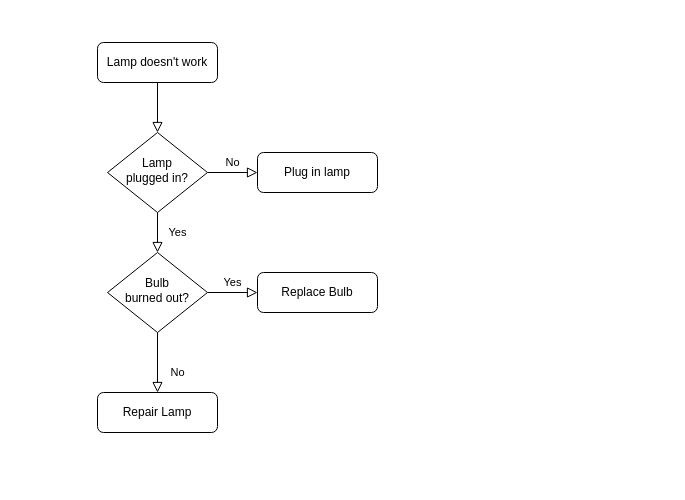
The draw.io diagram Diagramme sans nom.drawio in TangiLC/P7_PetitsPlats, before the edit. Source tidied: cells renumbered, new cells numbered last; positions are measured from the earlier drawing's top-left corner, leaving out a move shared by most shapes. Both pictures are drawn from the tidied source at 100%, with x=0, y=0 at pixel (97, 42).
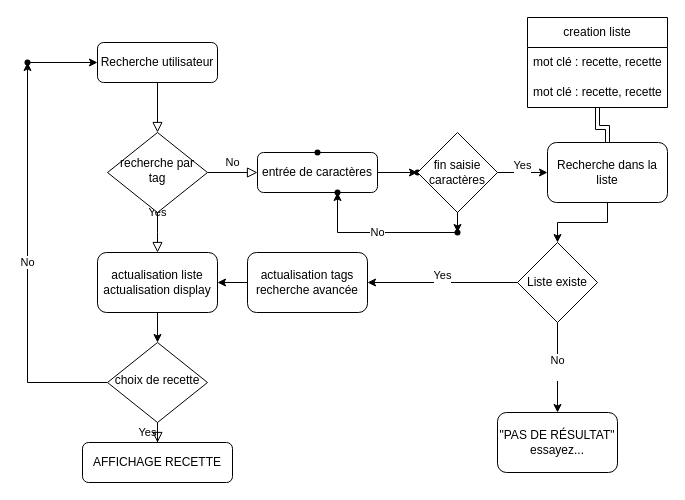
After the change.

Change to the diagram source:
```diff
@@
-    <mxCell id="3" value="Lamp doesn't work" style="rounded=1;whiteSpace=wrap;html=1;fontSize=12;glass=0;strokeWidth=1;shadow=0;" parent="1" vertex="1">
+    <mxCell id="3" value="Recherche utilisateur" style="rounded=1;whiteSpace=wrap;html=1;fontSize=12;glass=0;strokeWidth=1;shadow=0;" parent="1" vertex="1">
       <mxGeometry width="120" height="40" as="geometry" />
     </mxCell>
-    <mxCell id="4" value="Yes" style="rounded=0;html=1;jettySize=auto;fontSize=11;endArrow=block;endFill=0;endSize=8;strokeWidth=1;shadow=0;labelBackgroundColor=none;edgeStyle=orthogonalEdgeStyle;" parent="1" edge="1" source="6" target="10">
-      <mxGeometry y="20" relative="1" as="geometry" />
+    <mxCell id="4" value="Yes" style="rounded=0;html=1;jettySize=auto;fontSize=11;endArrow=block;endFill=0;endSize=8;strokeWidth=1;shadow=0;labelBackgroundColor=none;edgeStyle=orthogonalEdgeStyle;" parent="1" edge="1" source="6">
+      <mxGeometry y="20" relative="1" as="geometry">
+        <mxPoint x="60" y="210" as="targetPoint" />
+      </mxGeometry>
     </mxCell>
@@
-    <mxCell id="6" value="Lamp&lt;br&gt;plugged in?" style="rhombus;whiteSpace=wrap;html=1;shadow=0;fontFamily=Helvetica;fontSize=12;align=center;strokeWidth=1;spacing=6;spacingTop=-4;" parent="1" vertex="1">
+    <mxCell id="6" value="recherche par tag" style="rhombus;whiteSpace=wrap;html=1;shadow=0;fontFamily=Helvetica;fontSize=12;align=center;strokeWidth=1;spacing=6;spacingTop=-4;" parent="1" vertex="1">
       <mxGeometry x="10" y="90" width="100" height="80" as="geometry" />
     </mxCell>
+    <mxCell id="13" style="edgeStyle=orthogonalEdgeStyle;rounded=0;jettySize=auto;html=1;" parent="1" edge="1" source="7" target="15">
+      <mxGeometry relative="1" as="geometry" />
+    </mxCell>
-    <mxCell id="7" value="Plug in lamp" style="rounded=1;whiteSpace=wrap;html=1;fontSize=12;glass=0;strokeWidth=1;shadow=0;" parent="1" vertex="1">
+    <mxCell id="7" value="entrée de caractères" style="rounded=1;whiteSpace=wrap;html=1;fontSize=12;glass=0;strokeWidth=1;shadow=0;" parent="1" vertex="1">
       <mxGeometry x="160" y="110" width="120" height="40" as="geometry" />
     </mxCell>
-    <mxCell id="8" value="No" style="rounded=0;html=1;jettySize=auto;fontSize=11;endArrow=block;endFill=0;endSize=8;strokeWidth=1;shadow=0;labelBackgroundColor=none;edgeStyle=orthogonalEdgeStyle;" parent="1" edge="1" source="10" target="11">
-      <mxGeometry x="0.33" y="20" relative="1" as="geometry" />
-    </mxCell>
@@
+    <mxCell id="14" value="No" style="edgeStyle=orthogonalEdgeStyle;rounded=0;jettySize=auto;html=1;" parent="1" edge="1" source="10" target="29">
+      <mxGeometry relative="1" as="geometry" />
+    </mxCell>
-    <mxCell id="10" value="Bulb&lt;br&gt;burned out?" style="rhombus;whiteSpace=wrap;html=1;shadow=0;fontFamily=Helvetica;fontSize=12;align=center;strokeWidth=1;spacing=6;spacingTop=-4;" parent="1" vertex="1">
-      <mxGeometry x="10" y="210" width="100" height="80" as="geometry" />
+    <mxCell id="10" value="choix de recette" style="rhombus;whiteSpace=wrap;html=1;shadow=0;fontFamily=Helvetica;fontSize=12;align=center;strokeWidth=1;spacing=6;spacingTop=-4;" parent="1" vertex="1">
+      <mxGeometry x="10" y="300" width="100" height="80" as="geometry" />
     </mxCell>
-    <mxCell id="11" value="Repair Lamp" style="rounded=1;whiteSpace=wrap;html=1;fontSize=12;glass=0;strokeWidth=1;shadow=0;" parent="1" vertex="1">
-      <mxGeometry y="350" width="120" height="40" as="geometry" />
-    </mxCell>
-    <mxCell id="12" value="Replace Bulb" style="rounded=1;whiteSpace=wrap;html=1;fontSize=12;glass=0;strokeWidth=1;shadow=0;" parent="1" vertex="1">
-      <mxGeometry x="160" y="230" width="120" height="40" as="geometry" />
+    <mxCell id="12" value="AFFICHAGE RECETTE" style="rounded=1;whiteSpace=wrap;html=1;fontSize=12;glass=0;strokeWidth=1;shadow=0;" parent="1" vertex="1">
+      <mxGeometry x="-15" y="400" width="150" height="40" as="geometry" />
     </mxCell>
+    <mxCell id="15" style="shape=waypoint;sketch=0;size=6;points=[];fillColor=default;perimeter=centerPerimeter;snapToPoint=1;rounded=1;glass=0;strokeWidth=1;shadow=0;" parent="1" vertex="1">
+      <mxGeometry x="310" y="120" width="20" height="20" as="geometry" />
+    </mxCell>
+    <mxCell id="16" style="edgeStyle=orthogonalEdgeStyle;rounded=0;jettySize=auto;html=1;" parent="1" edge="1" source="18" target="31">
+      <mxGeometry relative="1" as="geometry" />
+    </mxCell>
+    <mxCell id="17" value="&lt;div&gt;Yes&lt;/div&gt;&lt;div&gt;&lt;br&gt;&lt;/div&gt;" style="edgeStyle=orthogonalEdgeStyle;rounded=0;jettySize=auto;html=1;" parent="1" edge="1" source="18" target="34">
+      <mxGeometry relative="1" as="geometry" />
+    </mxCell>
+    <mxCell id="18" value="fin saisie caractères" style="rhombus;whiteSpace=wrap;html=1;" parent="1" vertex="1">
+      <mxGeometry x="320" y="90" width="80" height="80" as="geometry" />
+    </mxCell>
+    <mxCell id="19" style="shape=waypoint;sketch=0;size=6;fillColor=default;perimeter=centerPerimeter;" parent="1" vertex="1">
+      <mxGeometry x="210" y="100" width="20" height="20" as="geometry" />
+    </mxCell>
+    <mxCell id="20" style="edgeStyle=orthogonalEdgeStyle;rounded=0;jettySize=auto;html=1;" parent="1" edge="1" source="21" target="23">
+      <mxGeometry relative="1" as="geometry" />
+    </mxCell>
+    <mxCell id="21" value="actualisation tags recherche avancée" style="rounded=1;whiteSpace=wrap;html=1;" parent="1" vertex="1">
+      <mxGeometry x="150" y="210" width="120" height="60" as="geometry" />
+    </mxCell>
+    <mxCell id="22" style="edgeStyle=orthogonalEdgeStyle;rounded=0;jettySize=auto;html=1;exitX=0.5;exitY=1;exitDx=0;exitDy=0;" parent="1" edge="1" source="23" target="10">
+      <mxGeometry relative="1" as="geometry" />
+    </mxCell>
+    <mxCell id="23" value="&lt;div&gt;actualisation liste&lt;/div&gt;&lt;div&gt;actualisation display&lt;br&gt;&lt;/div&gt;" style="rounded=1;whiteSpace=wrap;html=1;" parent="1" vertex="1">
+      <mxGeometry y="210" width="120" height="60" as="geometry" />
+    </mxCell>
+    <mxCell id="24" style="edgeStyle=orthogonalEdgeStyle;rounded=0;jettySize=auto;html=1;shape=link;" parent="1" edge="1" source="25" target="34">
+      <mxGeometry relative="1" as="geometry" />
+    </mxCell>
+    <mxCell id="25" value="creation liste" style="swimlane;fontStyle=0;horizontal=1;startSize=30;whiteSpace=wrap;html=1;" parent="1" vertex="1">
+      <mxGeometry x="430" y="-25" width="140" height="90" as="geometry" />
+    </mxCell>
+    <mxCell id="26" value="mot clé : recette, recette" style="text;strokeColor=none;fillColor=none;align=left;verticalAlign=middle;spacingLeft=4;spacingRight=4;overflow=hidden;whiteSpace=wrap;html=1;" parent="25" vertex="1">
+      <mxGeometry y="30" width="140" height="30" as="geometry" />
+    </mxCell>
+    <mxCell id="27" value="mot clé : recette, recette" style="text;strokeColor=none;fillColor=none;align=left;verticalAlign=middle;spacingLeft=4;spacingRight=4;overflow=hidden;whiteSpace=wrap;html=1;" parent="25" vertex="1">
+      <mxGeometry y="60" width="140" height="30" as="geometry" />
+    </mxCell>
+    <mxCell id="28" style="edgeStyle=orthogonalEdgeStyle;rounded=0;jettySize=auto;html=1;" parent="1" edge="1" source="29" target="3">
+      <mxGeometry relative="1" as="geometry" />
+    </mxCell>
+    <mxCell id="29" style="shape=waypoint;sketch=0;size=6;points=[];fillColor=default;perimeter=centerPerimeter;snapToPoint=1;shadow=0;strokeWidth=1;spacing=6;spacingTop=-4;" parent="1" vertex="1">
+      <mxGeometry x="-80" y="10" width="20" height="20" as="geometry" />
+    </mxCell>
+    <mxCell id="30" value="No" style="edgeStyle=orthogonalEdgeStyle;rounded=0;jettySize=auto;html=1;" parent="1" edge="1" source="31" target="32">
+      <mxGeometry relative="1" as="geometry" />
+    </mxCell>
+    <mxCell id="31" style="shape=waypoint;sketch=0;size=6;points=[];fillColor=default;perimeter=centerPerimeter;snapToPoint=1;" parent="1" vertex="1">
+      <mxGeometry x="350" y="180" width="20" height="20" as="geometry" />
+    </mxCell>
+    <mxCell id="32" style="shape=waypoint;sketch=0;size=6;points=[];fillColor=default;perimeter=centerPerimeter;snapToPoint=1;" parent="1" vertex="1">
+      <mxGeometry x="230" y="140" width="20" height="20" as="geometry" />
+    </mxCell>
+    <mxCell id="33" style="edgeStyle=orthogonalEdgeStyle;rounded=0;jettySize=auto;html=1;" parent="1" edge="1" source="34" target="37">
+      <mxGeometry relative="1" as="geometry" />
+    </mxCell>
+    <mxCell id="34" value="Recherche dans la liste" style="rounded=1;whiteSpace=wrap;html=1;" parent="1" vertex="1">
+      <mxGeometry x="450" y="100" width="120" height="60" as="geometry" />
+    </mxCell>
+    <mxCell id="35" value="&lt;div&gt;Yes&lt;/div&gt;&lt;div&gt;&lt;br&gt;&lt;/div&gt;" style="edgeStyle=orthogonalEdgeStyle;rounded=0;jettySize=auto;html=1;entryX=1;entryY=0.5;entryDx=0;entryDy=0;" parent="1" edge="1" source="37" target="21">
+      <mxGeometry relative="1" as="geometry" />
+    </mxCell>
+    <mxCell id="36" value="&lt;div&gt;No&lt;/div&gt;&lt;div&gt;&lt;br&gt;&lt;/div&gt;" style="edgeStyle=orthogonalEdgeStyle;rounded=0;jettySize=auto;html=1;" parent="1" edge="1" source="37" target="38">
+      <mxGeometry relative="1" as="geometry" />
+    </mxCell>
+    <mxCell id="37" value="Liste existe" style="rhombus;whiteSpace=wrap;html=1;" parent="1" vertex="1">
+      <mxGeometry x="420" y="200" width="80" height="80" as="geometry" />
+    </mxCell>
+    <mxCell id="38" value="&lt;div&gt;&quot;PAS DE RÉSULTAT&quot;&lt;/div&gt;&lt;div&gt;essayez...&lt;br&gt;&lt;/div&gt;" style="rounded=1;whiteSpace=wrap;html=1;" parent="1" vertex="1">
+      <mxGeometry x="400" y="370" width="120" height="60" as="geometry" />
+    </mxCell>
```
